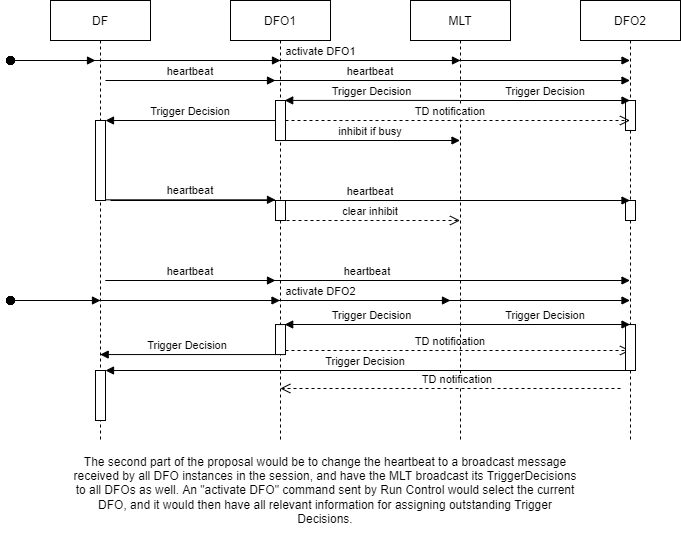
DUNE-DAQ/dfmodules keeps this draw.io diagram as docs/DFO_Protocol_New.png. Above is the earlier version. Source tidied: cells renumbered, new cells last; positions are measured from the earlier drawing's top-left corner, leaving out a move shared by most shapes.
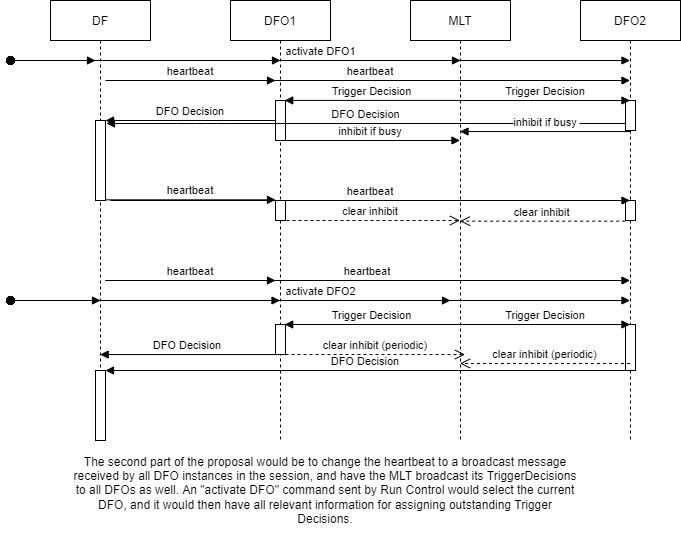
Later version of the same file.

Commit message:
Update new DFO Protocol image, reflecting periodic inhibits and DFO decisions

What changed in the source:
```diff
@@ -51,19 +51,13 @@
     <mxCell id="12" style="perimeter=orthogonalPerimeter;rounded=0;shadow=0;strokeWidth=1;" parent="10" vertex="1">
       <mxGeometry x="45" y="200" width="10" height="20" as="geometry" />
     </mxCell>
-    <mxCell id="13" value="TD notification" style="verticalAlign=bottom;endArrow=open;dashed=1;endSize=8;exitX=1;exitY=0.95;shadow=0;strokeWidth=1;" parent="10" edge="1">
-      <mxGeometry x="-0.04" relative="1" as="geometry">
-        <mxPoint x="55" y="350" as="sourcePoint" />
-        <mxPoint x="399.5" y="350" as="targetPoint" />
-      </mxGeometry>
-    </mxCell>
     <mxCell id="14" value="heartbeat" style="verticalAlign=bottom;endArrow=block;entryX=0;entryY=0;shadow=0;strokeWidth=1;" parent="1" edge="1">
       <mxGeometry relative="1" as="geometry">
         <mxPoint x="95" y="80" as="sourcePoint" />
         <mxPoint x="265" y="80" as="targetPoint" />
       </mxGeometry>
     </mxCell>
-    <mxCell id="15" value="Trigger Decision" style="verticalAlign=bottom;endArrow=block;entryX=1;entryY=0;shadow=0;strokeWidth=1;" parent="1" edge="1" target="3">
+    <mxCell id="15" value="DFO Decision" style="verticalAlign=bottom;endArrow=block;entryX=1;entryY=0;shadow=0;strokeWidth=1;" parent="1" edge="1" target="3">
       <mxGeometry relative="1" as="geometry">
         <mxPoint x="265" y="120" as="sourcePoint" />
       </mxGeometry>
@@ -71,11 +65,17 @@
     <mxCell id="16" value="MLT" style="shape=umlLifeline;perimeter=lifelinePerimeter;rounded=0;shadow=0;strokeWidth=1;" parent="1" vertex="1">
       <mxGeometry x="400" width="100" height="440" as="geometry" />
     </mxCell>
-    <mxCell id="17" value="Trigger Decision" style="verticalAlign=bottom;endArrow=block;shadow=0;strokeWidth=1;" parent="16" edge="1" target="38">
+    <mxCell id="17" value="DFO Decision" style="verticalAlign=bottom;endArrow=block;shadow=0;strokeWidth=1;" parent="16" edge="1" target="38">
       <mxGeometry relative="1" as="geometry">
         <mxPoint x="215" y="370" as="sourcePoint" />
       </mxGeometry>
     </mxCell>
+    <mxCell id="41" value="clear inhibit (periodic)" style="verticalAlign=bottom;endArrow=open;dashed=1;endSize=8;exitX=1;exitY=0.95;shadow=0;strokeWidth=1;" parent="16" edge="1">
+      <mxGeometry relative="1" as="geometry">
+        <mxPoint x="-125" y="354.1" as="sourcePoint" />
+        <mxPoint x="54.5" y="354.1" as="targetPoint" />
+      </mxGeometry>
+    </mxCell>
     <mxCell id="18" value="Trigger Decision" style="verticalAlign=bottom;endArrow=block;shadow=0;strokeWidth=1;entryX=0.919;entryY=-0.002;entryDx=0;entryDy=0;entryPerimeter=0;" parent="1" edge="1" source="16" target="11">
       <mxGeometry relative="1" as="geometry" />
     </mxCell>
@@ -162,26 +162,39 @@
         <mxPoint x="450" y="60" as="targetPoint" />
       </mxGeometry>
     </mxCell>
-    <mxCell id="37" value="Trigger Decision" style="verticalAlign=bottom;endArrow=block;shadow=0;strokeWidth=1;entryX=0.919;entryY=-0.002;entryDx=0;entryDy=0;entryPerimeter=0;" parent="1" edge="1">
+    <mxCell id="37" value="DFO Decision" style="verticalAlign=bottom;endArrow=block;shadow=0;strokeWidth=1;entryX=0.919;entryY=-0.002;entryDx=0;entryDy=0;entryPerimeter=0;" parent="1" edge="1">
       <mxGeometry relative="1" as="geometry">
         <mxPoint x="265" y="354.1" as="sourcePoint" />
         <mxPoint x="89.7" y="354.1" as="targetPoint" />
       </mxGeometry>
     </mxCell>
     <mxCell id="38" style="points=[];perimeter=orthogonalPerimeter;rounded=0;shadow=0;strokeWidth=1;" parent="1" vertex="1">
-      <mxGeometry x="85" y="370" width="10" height="50" as="geometry" />
+      <mxGeometry x="85" y="370" width="10" height="70" as="geometry" />
     </mxCell>
-    <mxCell id="39" value="TD notification" style="verticalAlign=bottom;endArrow=open;dashed=1;endSize=8;exitX=1;exitY=0.95;shadow=0;strokeWidth=1;" parent="1" edge="1">
-      <mxGeometry x="-0.04" relative="1" as="geometry">
-        <mxPoint x="275" y="120" as="sourcePoint" />
-        <mxPoint x="619.5" y="120" as="targetPoint" />
-      </mxGeometry>
-    </mxCell>
-    <mxCell id="40" value="TD notification" style="verticalAlign=bottom;endArrow=open;dashed=1;endSize=8;shadow=0;strokeWidth=1;" parent="1" edge="1">
-      <mxGeometry x="-0.04" relative="1" as="geometry">
-        <mxPoint x="610" y="388" as="sourcePoint" />
-        <mxPoint x="269.8" y="388" as="targetPoint" />
-      </mxGeometry>
-    </mxCell>
+    <mxCell id="42" value="DFO Decision" style="verticalAlign=bottom;endArrow=block;entryX=1.5;entryY=0.125;shadow=0;strokeWidth=1;entryDx=0;entryDy=0;entryPerimeter=0;" parent="1" edge="1">
+      <mxGeometry relative="1" as="geometry">
+        <mxPoint x="615.5" y="123" as="sourcePoint" />
+        <mxPoint x="96" y="123" as="targetPoint" />
+        <Array as="points">
+          <mxPoint x="206" y="123" />
+          <mxPoint x="176" y="123" />
+        </Array>
+      </mxGeometry>
+    </mxCell>
+    <mxCell id="43" value="inhibit if busy" style="verticalAlign=bottom;endArrow=block;shadow=0;strokeWidth=1;exitX=0.5;exitY=0.341;exitDx=0;exitDy=0;exitPerimeter=0;" parent="1" edge="1">
+      <mxGeometry relative="1" as="geometry">
+        <mxPoint x="620" y="131" as="sourcePoint" />
+        <mxPoint x="449.5" y="131" as="targetPoint" />
+      </mxGeometry>
+    </mxCell>
+    <mxCell id="44" value="clear inhibit" style="verticalAlign=bottom;endArrow=open;dashed=1;endSize=8;exitX=-0.033;exitY=1.033;shadow=0;strokeWidth=1;exitDx=0;exitDy=0;exitPerimeter=0;" parent="1" edge="1" source="24" target="16">
+      <mxGeometry relative="1" as="geometry" />
+    </mxCell>
+    <mxCell id="45" value="clear inhibit (periodic)" style="verticalAlign=bottom;endArrow=open;dashed=1;endSize=8;shadow=0;strokeWidth=1;" parent="1" edge="1">
+      <mxGeometry relative="1" as="geometry">
+        <mxPoint x="619.5" y="363" as="sourcePoint" />
+        <mxPoint x="449.5" y="363" as="targetPoint" />
+      </mxGeometry>
+    </mxCell>
   </root>
 </mxGraphModel>
```
